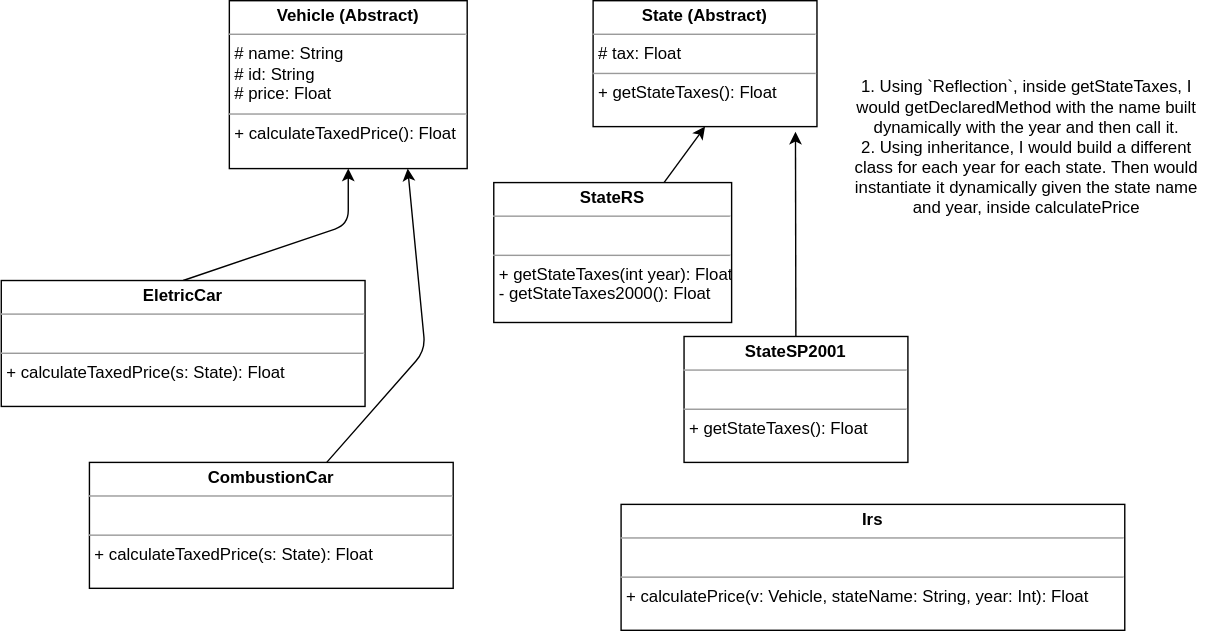
henriqueidt/poc-tax-system keeps this draw.io diagram as classes.drawio.svg. Above is the earlier version. Source tidied: cells renumbered, new cells last; positions are measured from the earlier drawing's top-left corner, leaving out a move shared by most shapes.
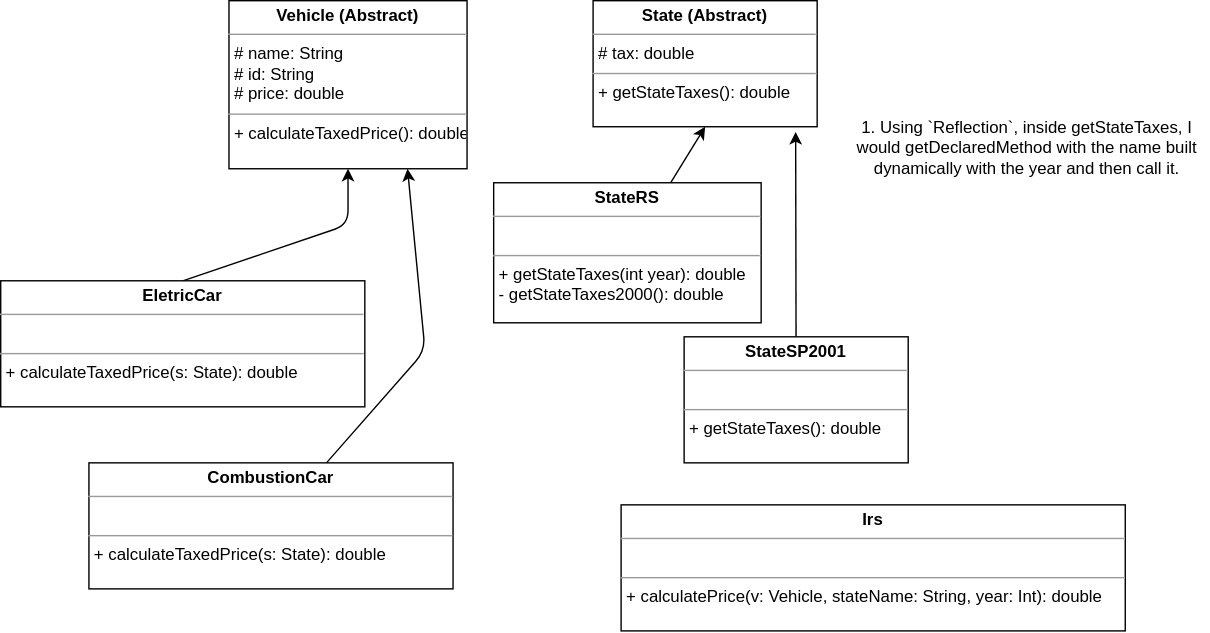
Above is the later version.

Diff of the diagram source:
```diff
@@ -9,13 +9,13 @@
         </Array>
       </mxGeometry>
     </mxCell>
-    <mxCell id="3" value="&lt;p style=&quot;margin:0px;margin-top:4px;text-align:center;&quot;&gt;&lt;b&gt;Vehicle (Abstract)&lt;/b&gt;&lt;/p&gt;&lt;hr size=&quot;1&quot;&gt;&lt;p style=&quot;margin:0px;margin-left:4px;&quot;&gt;# name: String&lt;/p&gt;&lt;p style=&quot;margin:0px;margin-left:4px;&quot;&gt;# id: String&lt;/p&gt;&lt;p style=&quot;margin:0px;margin-left:4px;&quot;&gt;# price: Float&lt;/p&gt;&lt;hr size=&quot;1&quot;&gt;&lt;p style=&quot;margin:0px;margin-left:4px;&quot;&gt;+ calculateTaxedPrice(): Float&lt;/p&gt;" style="verticalAlign=top;align=left;overflow=fill;fontSize=12;fontFamily=Helvetica;html=1;" parent="1" vertex="1">
+    <mxCell id="3" value="&lt;p style=&quot;margin:0px;margin-top:4px;text-align:center;&quot;&gt;&lt;b&gt;Vehicle (Abstract)&lt;/b&gt;&lt;/p&gt;&lt;hr size=&quot;1&quot;&gt;&lt;p style=&quot;margin:0px;margin-left:4px;&quot;&gt;# name: String&lt;/p&gt;&lt;p style=&quot;margin:0px;margin-left:4px;&quot;&gt;# id: String&lt;/p&gt;&lt;p style=&quot;margin:0px;margin-left:4px;&quot;&gt;# price: double&lt;/p&gt;&lt;hr size=&quot;1&quot;&gt;&lt;p style=&quot;margin:0px;margin-left:4px;&quot;&gt;+ calculateTaxedPrice(): double&lt;/p&gt;" style="verticalAlign=top;align=left;overflow=fill;fontSize=12;fontFamily=Helvetica;html=1;" parent="1" vertex="1">
       <mxGeometry x="163" width="170" height="120" as="geometry" />
     </mxCell>
-    <mxCell id="4" value="&lt;p style=&quot;margin:0px;margin-top:4px;text-align:center;&quot;&gt;&lt;b&gt;State (Abstract)&lt;/b&gt;&lt;/p&gt;&lt;hr size=&quot;1&quot;&gt;&lt;p style=&quot;margin:0px;margin-left:4px;&quot;&gt;&lt;span style=&quot;background-color: initial;&quot;&gt;# tax: Float&lt;/span&gt;&lt;br&gt;&lt;/p&gt;&lt;hr size=&quot;1&quot;&gt;&lt;p style=&quot;margin:0px;margin-left:4px;&quot;&gt;+ getStateTaxes(): Float&lt;/p&gt;" style="verticalAlign=top;align=left;overflow=fill;fontSize=12;fontFamily=Helvetica;html=1;" parent="1" vertex="1">
+    <mxCell id="4" value="&lt;p style=&quot;margin:0px;margin-top:4px;text-align:center;&quot;&gt;&lt;b&gt;State (Abstract)&lt;/b&gt;&lt;/p&gt;&lt;hr size=&quot;1&quot;&gt;&lt;p style=&quot;margin:0px;margin-left:4px;&quot;&gt;&lt;span style=&quot;background-color: initial;&quot;&gt;# tax: double&lt;/span&gt;&lt;br&gt;&lt;/p&gt;&lt;hr size=&quot;1&quot;&gt;&lt;p style=&quot;margin:0px;margin-left:4px;&quot;&gt;+ getStateTaxes(): double&lt;/p&gt;" style="verticalAlign=top;align=left;overflow=fill;fontSize=12;fontFamily=Helvetica;html=1;" parent="1" vertex="1">
       <mxGeometry x="423" width="160" height="90" as="geometry" />
     </mxCell>
-    <mxCell id="5" value="&lt;p style=&quot;margin:0px;margin-top:4px;text-align:center;&quot;&gt;&lt;b&gt;EletricCar&lt;/b&gt;&lt;/p&gt;&lt;hr size=&quot;1&quot;&gt;&lt;p style=&quot;margin:0px;margin-left:4px;&quot;&gt;&lt;br&gt;&lt;/p&gt;&lt;hr size=&quot;1&quot;&gt;&lt;p style=&quot;margin:0px;margin-left:4px;&quot;&gt;+ calculateTaxedPrice(s: State): Float&lt;/p&gt;" style="verticalAlign=top;align=left;overflow=fill;fontSize=12;fontFamily=Helvetica;html=1;" parent="1" vertex="1">
+    <mxCell id="5" value="&lt;p style=&quot;margin:0px;margin-top:4px;text-align:center;&quot;&gt;&lt;b&gt;EletricCar&lt;/b&gt;&lt;/p&gt;&lt;hr size=&quot;1&quot;&gt;&lt;p style=&quot;margin:0px;margin-left:4px;&quot;&gt;&lt;br&gt;&lt;/p&gt;&lt;hr size=&quot;1&quot;&gt;&lt;p style=&quot;margin:0px;margin-left:4px;&quot;&gt;+ calculateTaxedPrice(s: State): double&lt;/p&gt;" style="verticalAlign=top;align=left;overflow=fill;fontSize=12;fontFamily=Helvetica;html=1;" parent="1" vertex="1">
       <mxGeometry y="200" width="260" height="90" as="geometry" />
     </mxCell>
     <mxCell id="6" style="edgeStyle=none;html=1;entryX=0.75;entryY=1;entryDx=0;entryDy=0;" parent="1" edge="1" source="7" target="3">
@@ -25,25 +25,25 @@
         </Array>
       </mxGeometry>
     </mxCell>
-    <mxCell id="7" value="&lt;p style=&quot;margin:0px;margin-top:4px;text-align:center;&quot;&gt;&lt;b&gt;CombustionCar&lt;/b&gt;&lt;/p&gt;&lt;hr size=&quot;1&quot;&gt;&lt;p style=&quot;margin:0px;margin-left:4px;&quot;&gt;&lt;br&gt;&lt;/p&gt;&lt;hr size=&quot;1&quot;&gt;&lt;p style=&quot;margin:0px;margin-left:4px;&quot;&gt;+ calculateTaxedPrice(s: State): Float&lt;/p&gt;" style="verticalAlign=top;align=left;overflow=fill;fontSize=12;fontFamily=Helvetica;html=1;" parent="1" vertex="1">
+    <mxCell id="7" value="&lt;p style=&quot;margin:0px;margin-top:4px;text-align:center;&quot;&gt;&lt;b&gt;CombustionCar&lt;/b&gt;&lt;/p&gt;&lt;hr size=&quot;1&quot;&gt;&lt;p style=&quot;margin:0px;margin-left:4px;&quot;&gt;&lt;br&gt;&lt;/p&gt;&lt;hr size=&quot;1&quot;&gt;&lt;p style=&quot;margin:0px;margin-left:4px;&quot;&gt;+ calculateTaxedPrice(s: State): double&lt;/p&gt;" style="verticalAlign=top;align=left;overflow=fill;fontSize=12;fontFamily=Helvetica;html=1;" parent="1" vertex="1">
       <mxGeometry x="63" y="330" width="260" height="90" as="geometry" />
     </mxCell>
-    <mxCell id="8" value="&lt;p style=&quot;margin:0px;margin-top:4px;text-align:center;&quot;&gt;&lt;b&gt;Irs&lt;/b&gt;&lt;/p&gt;&lt;hr size=&quot;1&quot;&gt;&lt;p style=&quot;margin:0px;margin-left:4px;&quot;&gt;&lt;br&gt;&lt;/p&gt;&lt;hr size=&quot;1&quot;&gt;&lt;p style=&quot;margin:0px;margin-left:4px;&quot;&gt;+ calculatePrice(v: Vehicle, stateName: String, year: Int): Float&lt;/p&gt;" style="verticalAlign=top;align=left;overflow=fill;fontSize=12;fontFamily=Helvetica;html=1;" parent="1" vertex="1">
+    <mxCell id="8" value="&lt;p style=&quot;margin:0px;margin-top:4px;text-align:center;&quot;&gt;&lt;b&gt;Irs&lt;/b&gt;&lt;/p&gt;&lt;hr size=&quot;1&quot;&gt;&lt;p style=&quot;margin:0px;margin-left:4px;&quot;&gt;&lt;br&gt;&lt;/p&gt;&lt;hr size=&quot;1&quot;&gt;&lt;p style=&quot;margin:0px;margin-left:4px;&quot;&gt;+ calculatePrice(v: Vehicle, stateName: String, year: Int): double&lt;/p&gt;" style="verticalAlign=top;align=left;overflow=fill;fontSize=12;fontFamily=Helvetica;html=1;" parent="1" vertex="1">
       <mxGeometry x="443" y="360" width="360" height="90" as="geometry" />
     </mxCell>
     <mxCell id="9" style="edgeStyle=none;html=1;entryX=0.5;entryY=1;entryDx=0;entryDy=0;" parent="1" edge="1" source="10" target="4">
       <mxGeometry relative="1" as="geometry" />
     </mxCell>
-    <mxCell id="10" value="&lt;p style=&quot;margin:0px;margin-top:4px;text-align:center;&quot;&gt;&lt;b&gt;StateRS&lt;/b&gt;&lt;/p&gt;&lt;hr size=&quot;1&quot;&gt;&lt;p style=&quot;margin:0px;margin-left:4px;&quot;&gt;&lt;br&gt;&lt;/p&gt;&lt;hr size=&quot;1&quot;&gt;&lt;p style=&quot;margin:0px;margin-left:4px;&quot;&gt;+ getStateTaxes(int year): Float&lt;/p&gt;&lt;p style=&quot;margin:0px;margin-left:4px;&quot;&gt;- getStateTaxes2000(): Float&lt;/p&gt;" style="verticalAlign=top;align=left;overflow=fill;fontSize=12;fontFamily=Helvetica;html=1;" parent="1" vertex="1">
-      <mxGeometry x="352" y="130" width="170" height="100" as="geometry" />
+    <mxCell id="10" value="&lt;p style=&quot;margin:0px;margin-top:4px;text-align:center;&quot;&gt;&lt;b&gt;StateRS&lt;/b&gt;&lt;/p&gt;&lt;hr size=&quot;1&quot;&gt;&lt;p style=&quot;margin:0px;margin-left:4px;&quot;&gt;&lt;br&gt;&lt;/p&gt;&lt;hr size=&quot;1&quot;&gt;&lt;p style=&quot;margin:0px;margin-left:4px;&quot;&gt;+ getStateTaxes(int year): double&lt;/p&gt;&lt;p style=&quot;margin:0px;margin-left:4px;&quot;&gt;- getStateTaxes2000(): double&lt;/p&gt;" style="verticalAlign=top;align=left;overflow=fill;fontSize=12;fontFamily=Helvetica;html=1;" parent="1" vertex="1">
+      <mxGeometry x="352" y="130" width="191" height="100" as="geometry" />
     </mxCell>
     <mxCell id="11" style="edgeStyle=none;html=1;entryX=0.904;entryY=1.041;entryDx=0;entryDy=0;entryPerimeter=0;" parent="1" edge="1" source="12" target="4">
       <mxGeometry relative="1" as="geometry" />
     </mxCell>
-    <mxCell id="12" value="&lt;p style=&quot;margin:0px;margin-top:4px;text-align:center;&quot;&gt;&lt;b&gt;StateSP2001&lt;/b&gt;&lt;/p&gt;&lt;hr size=&quot;1&quot;&gt;&lt;p style=&quot;margin:0px;margin-left:4px;&quot;&gt;&lt;br&gt;&lt;/p&gt;&lt;hr size=&quot;1&quot;&gt;&lt;p style=&quot;margin:0px;margin-left:4px;&quot;&gt;+ getStateTaxes(): Float&lt;/p&gt;" style="verticalAlign=top;align=left;overflow=fill;fontSize=12;fontFamily=Helvetica;html=1;" parent="1" vertex="1">
+    <mxCell id="12" value="&lt;p style=&quot;margin:0px;margin-top:4px;text-align:center;&quot;&gt;&lt;b&gt;StateSP2001&lt;/b&gt;&lt;/p&gt;&lt;hr size=&quot;1&quot;&gt;&lt;p style=&quot;margin:0px;margin-left:4px;&quot;&gt;&lt;br&gt;&lt;/p&gt;&lt;hr size=&quot;1&quot;&gt;&lt;p style=&quot;margin:0px;margin-left:4px;&quot;&gt;+ getStateTaxes(): double&lt;/p&gt;" style="verticalAlign=top;align=left;overflow=fill;fontSize=12;fontFamily=Helvetica;html=1;" parent="1" vertex="1">
       <mxGeometry x="488" y="240" width="160" height="90" as="geometry" />
     </mxCell>
-    <mxCell id="13" value="1. Using `Reflection`, inside getStateTaxes, I would getDeclaredMethod with the name built dynamically with the year and then call it.&lt;br&gt;2. Using inheritance, I would build a different class for each year for each state. Then would instantiate it dynamically given the state name and year, inside calculatePrice&amp;nbsp;&amp;nbsp;" style="text;html=1;strokeColor=none;fillColor=none;align=center;verticalAlign=middle;whiteSpace=wrap;rounded=0;" parent="1" vertex="1">
+    <mxCell id="13" value="1. Using `Reflection`, inside getStateTaxes, I would getDeclaredMethod with the name built dynamically with the year and then call it." style="text;html=1;strokeColor=none;fillColor=none;align=center;verticalAlign=middle;whiteSpace=wrap;rounded=0;" parent="1" vertex="1">
       <mxGeometry x="603" y="30" width="260" height="150" as="geometry" />
     </mxCell>
   </root>
```
